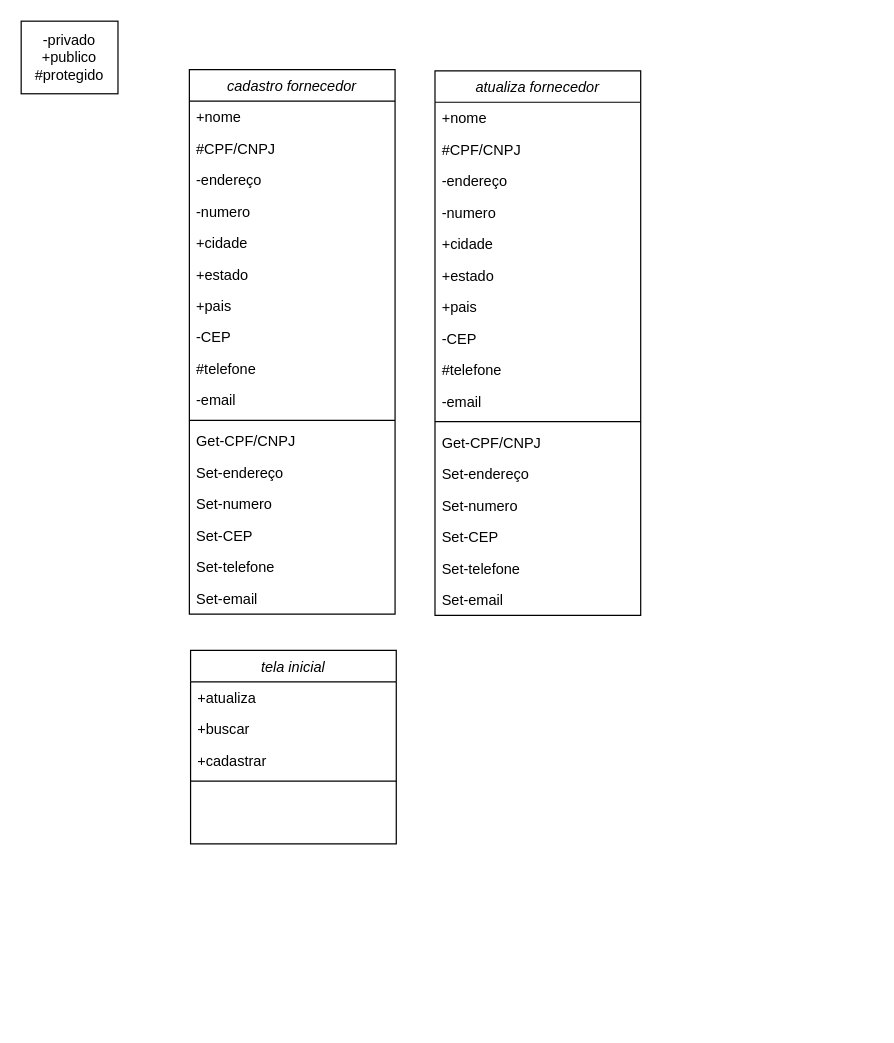
This is doc/classes.drawio from marieduas/fluxograma_, a draw.io file, before an edit. Source tidied: cells renumbered, new cells numbered last; positions are measured from the earlier drawing's top-left corner, leaving out a move shared by most shapes. Both pictures are drawn from the tidied source at 121%, with x=0, y=0 at pixel (21, 21).
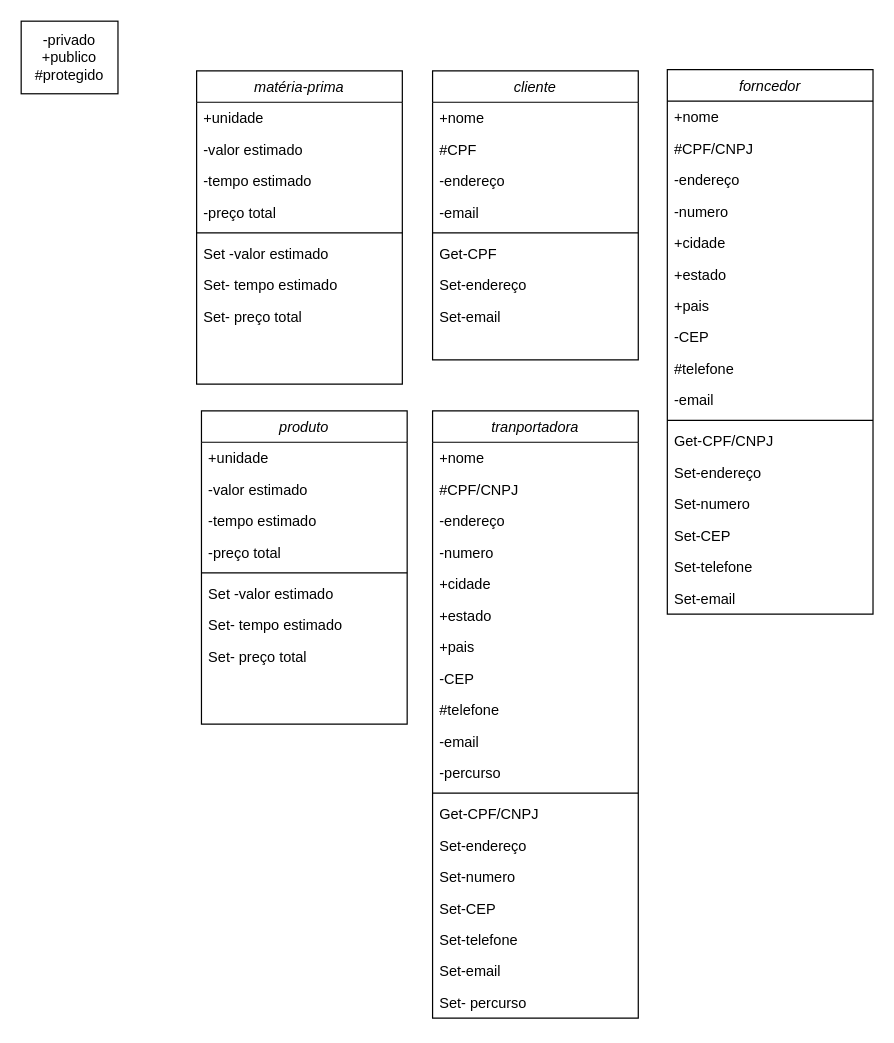
After the change.

The edit, as a diff of the source:
```diff
@@
-    <mxCell id="2" value="cadastro fornecedor" style="swimlane;fontStyle=2;align=center;verticalAlign=top;horizontal=1;startSize=26;rounded=0;shadow=0;strokeWidth=1;" parent="1" vertex="1">
-      <mxGeometry x="139" y="40" width="170" height="450" as="geometry" />
+    <mxCell id="2" value="forncedor" style="swimlane;fontStyle=2;align=center;verticalAlign=top;horizontal=1;startSize=26;rounded=0;shadow=0;strokeWidth=1;" parent="1" vertex="1">
+      <mxGeometry x="534" y="40" width="170" height="450" as="geometry" />
     </mxCell>
@@
-    <mxCell id="21" value="atualiza fornecedor" style="swimlane;fontStyle=2;align=center;verticalAlign=top;horizontal=1;startSize=26;rounded=0;shadow=0;strokeWidth=1;" parent="1" vertex="1">
-      <mxGeometry x="342" y="41" width="170" height="450" as="geometry" />
-    </mxCell>
-    <mxCell id="22" value="+nome" style="text;align=left;verticalAlign=top;spacingLeft=4;spacingRight=4;overflow=hidden;" parent="21" vertex="1">
-      <mxGeometry y="26" width="170" height="26" as="geometry" />
-    </mxCell>
+    <mxCell id="44" value="cliente" style="swimlane;fontStyle=2;align=center;verticalAlign=top;horizontal=1;startSize=26;rounded=0;shadow=0;strokeWidth=1;" parent="1" vertex="1">
+      <mxGeometry x="340" y="41" width="170" height="239" as="geometry" />
+    </mxCell>
+    <mxCell id="45" value="+nome" style="text;align=left;verticalAlign=top;spacingLeft=4;spacingRight=4;overflow=hidden;" parent="44" vertex="1">
+      <mxGeometry y="26" width="170" height="26" as="geometry" />
+    </mxCell>
+    <mxCell id="46" value="#CPF" style="text;align=left;verticalAlign=top;spacingLeft=4;spacingRight=4;overflow=hidden;rounded=0;shadow=0;html=0;" parent="44" vertex="1">
+      <mxGeometry y="52" width="170" height="26" as="geometry" />
+    </mxCell>
+    <mxCell id="47" value="-endereço" style="text;align=left;verticalAlign=top;spacingLeft=4;spacingRight=4;overflow=hidden;rounded=0;shadow=0;html=0;" parent="44" vertex="1">
+      <mxGeometry y="78" width="170" height="26" as="geometry" />
+    </mxCell>
+    <mxCell id="48" value="-email" style="text;align=left;verticalAlign=top;spacingLeft=4;spacingRight=4;overflow=hidden;rounded=0;shadow=0;html=0;" parent="44" vertex="1">
+      <mxGeometry y="104" width="170" height="26" as="geometry" />
+    </mxCell>
+    <mxCell id="49" style="line;html=1;strokeWidth=1;align=left;verticalAlign=middle;spacingTop=-1;spacingLeft=3;spacingRight=3;labelPosition=right;" parent="44" vertex="1">
+      <mxGeometry y="130" width="170" height="8" as="geometry" />
+    </mxCell>
+    <mxCell id="50" value="Get-CPF&#10;" style="text;align=left;verticalAlign=top;spacingLeft=4;spacingRight=4;overflow=hidden;" parent="44" vertex="1">
+      <mxGeometry y="138" width="170" height="26" as="geometry" />
+    </mxCell>
+    <mxCell id="51" value="Set-endereço" style="text;align=left;verticalAlign=top;spacingLeft=4;spacingRight=4;overflow=hidden;" parent="44" vertex="1">
+      <mxGeometry y="164" width="170" height="26" as="geometry" />
+    </mxCell>
+    <mxCell id="52" value="Set-email" style="text;align=left;verticalAlign=top;spacingLeft=4;spacingRight=4;overflow=hidden;" parent="44" vertex="1">
+      <mxGeometry y="190" width="170" height="26" as="geometry" />
+    </mxCell>
+    <mxCell id="53" value="matéria-prima" style="swimlane;fontStyle=2;align=center;verticalAlign=top;horizontal=1;startSize=26;rounded=0;shadow=0;strokeWidth=1;" parent="1" vertex="1">
+      <mxGeometry x="145" y="41" width="170" height="259" as="geometry" />
+    </mxCell>
+    <mxCell id="54" value="+unidade" style="text;align=left;verticalAlign=top;spacingLeft=4;spacingRight=4;overflow=hidden;" parent="53" vertex="1">
+      <mxGeometry y="26" width="170" height="26" as="geometry" />
+    </mxCell>
+    <mxCell id="55" value="-valor estimado" style="text;align=left;verticalAlign=top;spacingLeft=4;spacingRight=4;overflow=hidden;" parent="53" vertex="1">
+      <mxGeometry y="52" width="170" height="26" as="geometry" />
+    </mxCell>
+    <mxCell id="56" value="-tempo estimado" style="text;align=left;verticalAlign=top;spacingLeft=4;spacingRight=4;overflow=hidden;" parent="53" vertex="1">
+      <mxGeometry y="78" width="170" height="26" as="geometry" />
+    </mxCell>
+    <mxCell id="57" value="-preço total" style="text;align=left;verticalAlign=top;spacingLeft=4;spacingRight=4;overflow=hidden;" parent="53" vertex="1">
+      <mxGeometry y="104" width="170" height="26" as="geometry" />
+    </mxCell>
+    <mxCell id="58" style="line;html=1;strokeWidth=1;align=left;verticalAlign=middle;spacingTop=-1;spacingLeft=3;spacingRight=3;labelPosition=right;" parent="53" vertex="1">
+      <mxGeometry y="130" width="170" height="8" as="geometry" />
+    </mxCell>
+    <mxCell id="59" value="Set -valor estimado" style="text;align=left;verticalAlign=top;spacingLeft=4;spacingRight=4;overflow=hidden;" parent="53" vertex="1">
+      <mxGeometry y="138" width="170" height="26" as="geometry" />
+    </mxCell>
+    <mxCell id="60" value="Set- tempo estimado" style="text;align=left;verticalAlign=top;spacingLeft=4;spacingRight=4;overflow=hidden;" parent="53" vertex="1">
+      <mxGeometry y="164" width="170" height="26" as="geometry" />
+    </mxCell>
+    <mxCell id="61" value="Set- preço total" style="text;align=left;verticalAlign=top;spacingLeft=4;spacingRight=4;overflow=hidden;" parent="53" vertex="1">
+      <mxGeometry y="190" width="170" height="26" as="geometry" />
+    </mxCell>
+    <mxCell id="62" value="produto" style="swimlane;fontStyle=2;align=center;verticalAlign=top;horizontal=1;startSize=26;rounded=0;shadow=0;strokeWidth=1;" parent="1" vertex="1">
+      <mxGeometry x="149" y="322" width="170" height="259" as="geometry" />
+    </mxCell>
+    <mxCell id="63" value="+unidade" style="text;align=left;verticalAlign=top;spacingLeft=4;spacingRight=4;overflow=hidden;" parent="62" vertex="1">
+      <mxGeometry y="26" width="170" height="26" as="geometry" />
+    </mxCell>
+    <mxCell id="64" value="-valor estimado" style="text;align=left;verticalAlign=top;spacingLeft=4;spacingRight=4;overflow=hidden;" parent="62" vertex="1">
+      <mxGeometry y="52" width="170" height="26" as="geometry" />
+    </mxCell>
+    <mxCell id="65" value="-tempo estimado" style="text;align=left;verticalAlign=top;spacingLeft=4;spacingRight=4;overflow=hidden;" parent="62" vertex="1">
+      <mxGeometry y="78" width="170" height="26" as="geometry" />
+    </mxCell>
+    <mxCell id="66" value="-preço total" style="text;align=left;verticalAlign=top;spacingLeft=4;spacingRight=4;overflow=hidden;" parent="62" vertex="1">
+      <mxGeometry y="104" width="170" height="26" as="geometry" />
+    </mxCell>
+    <mxCell id="67" style="line;html=1;strokeWidth=1;align=left;verticalAlign=middle;spacingTop=-1;spacingLeft=3;spacingRight=3;labelPosition=right;" parent="62" vertex="1">
+      <mxGeometry y="130" width="170" height="8" as="geometry" />
+    </mxCell>
+    <mxCell id="68" value="Set -valor estimado" style="text;align=left;verticalAlign=top;spacingLeft=4;spacingRight=4;overflow=hidden;" parent="62" vertex="1">
+      <mxGeometry y="138" width="170" height="26" as="geometry" />
+    </mxCell>
+    <mxCell id="69" value="Set- tempo estimado" style="text;align=left;verticalAlign=top;spacingLeft=4;spacingRight=4;overflow=hidden;" parent="62" vertex="1">
+      <mxGeometry y="164" width="170" height="26" as="geometry" />
+    </mxCell>
+    <mxCell id="70" value="Set- preço total" style="text;align=left;verticalAlign=top;spacingLeft=4;spacingRight=4;overflow=hidden;" parent="62" vertex="1">
+      <mxGeometry y="190" width="170" height="26" as="geometry" />
+    </mxCell>
+    <mxCell id="71" value="tranportadora" style="swimlane;fontStyle=2;align=center;verticalAlign=top;horizontal=1;startSize=26;rounded=0;shadow=0;strokeWidth=1;" parent="1" vertex="1">
+      <mxGeometry x="340" y="322" width="170" height="502" as="geometry" />
+    </mxCell>
+    <mxCell id="72" value="+nome" style="text;align=left;verticalAlign=top;spacingLeft=4;spacingRight=4;overflow=hidden;" parent="71" vertex="1">
+      <mxGeometry y="26" width="170" height="26" as="geometry" />
+    </mxCell>
-    <mxCell id="23" value="#CPF/CNPJ" style="text;align=left;verticalAlign=top;spacingLeft=4;spacingRight=4;overflow=hidden;rounded=0;shadow=0;html=0;" parent="21" vertex="1">
+    <mxCell id="23" value="#CPF/CNPJ" style="text;align=left;verticalAlign=top;spacingLeft=4;spacingRight=4;overflow=hidden;rounded=0;shadow=0;html=0;" parent="71" vertex="1">
       <mxGeometry y="52" width="170" height="26" as="geometry" />
     </mxCell>
-    <mxCell id="24" value="-endereço" style="text;align=left;verticalAlign=top;spacingLeft=4;spacingRight=4;overflow=hidden;rounded=0;shadow=0;html=0;" parent="21" vertex="1">
-      <mxGeometry y="78" width="170" height="26" as="geometry" />
-    </mxCell>
+    <mxCell id="73" value="-endereço" style="text;align=left;verticalAlign=top;spacingLeft=4;spacingRight=4;overflow=hidden;rounded=0;shadow=0;html=0;" parent="71" vertex="1">
+      <mxGeometry y="78" width="170" height="26" as="geometry" />
+    </mxCell>
-    <mxCell id="25" value="-numero" style="text;align=left;verticalAlign=top;spacingLeft=4;spacingRight=4;overflow=hidden;rounded=0;shadow=0;html=0;" parent="21" vertex="1">
+    <mxCell id="25" value="-numero" style="text;align=left;verticalAlign=top;spacingLeft=4;spacingRight=4;overflow=hidden;rounded=0;shadow=0;html=0;" parent="71" vertex="1">
       <mxGeometry y="104" width="170" height="26" as="geometry" />
     </mxCell>
-    <mxCell id="26" value="+cidade" style="text;align=left;verticalAlign=top;spacingLeft=4;spacingRight=4;overflow=hidden;rounded=0;shadow=0;html=0;" parent="21" vertex="1">
+    <mxCell id="26" value="+cidade" style="text;align=left;verticalAlign=top;spacingLeft=4;spacingRight=4;overflow=hidden;rounded=0;shadow=0;html=0;" parent="71" vertex="1">
       <mxGeometry y="130" width="170" height="26" as="geometry" />
     </mxCell>
-    <mxCell id="27" value="+estado" style="text;align=left;verticalAlign=top;spacingLeft=4;spacingRight=4;overflow=hidden;rounded=0;shadow=0;html=0;" parent="21" vertex="1">
+    <mxCell id="27" value="+estado" style="text;align=left;verticalAlign=top;spacingLeft=4;spacingRight=4;overflow=hidden;rounded=0;shadow=0;html=0;" parent="71" vertex="1">
       <mxGeometry y="156" width="170" height="26" as="geometry" />
     </mxCell>
-    <mxCell id="28" value="+pais" style="text;align=left;verticalAlign=top;spacingLeft=4;spacingRight=4;overflow=hidden;rounded=0;shadow=0;html=0;" parent="21" vertex="1">
+    <mxCell id="28" value="+pais" style="text;align=left;verticalAlign=top;spacingLeft=4;spacingRight=4;overflow=hidden;rounded=0;shadow=0;html=0;" parent="71" vertex="1">
       <mxGeometry y="182" width="170" height="26" as="geometry" />
     </mxCell>
-    <mxCell id="29" value="-CEP" style="text;align=left;verticalAlign=top;spacingLeft=4;spacingRight=4;overflow=hidden;rounded=0;shadow=0;html=0;" parent="21" vertex="1">
+    <mxCell id="29" value="-CEP" style="text;align=left;verticalAlign=top;spacingLeft=4;spacingRight=4;overflow=hidden;rounded=0;shadow=0;html=0;" parent="71" vertex="1">
       <mxGeometry y="208" width="170" height="26" as="geometry" />
     </mxCell>
-    <mxCell id="30" value="#telefone" style="text;align=left;verticalAlign=top;spacingLeft=4;spacingRight=4;overflow=hidden;rounded=0;shadow=0;html=0;" parent="21" vertex="1">
+    <mxCell id="30" value="#telefone" style="text;align=left;verticalAlign=top;spacingLeft=4;spacingRight=4;overflow=hidden;rounded=0;shadow=0;html=0;" parent="71" vertex="1">
       <mxGeometry y="234" width="170" height="26" as="geometry" />
     </mxCell>
-    <mxCell id="31" value="-email" style="text;align=left;verticalAlign=top;spacingLeft=4;spacingRight=4;overflow=hidden;rounded=0;shadow=0;html=0;" parent="21" vertex="1">
+    <mxCell id="31" value="-email" style="text;align=left;verticalAlign=top;spacingLeft=4;spacingRight=4;overflow=hidden;rounded=0;shadow=0;html=0;" parent="71" vertex="1">
       <mxGeometry y="260" width="170" height="26" as="geometry" />
     </mxCell>
-    <mxCell id="32" style="line;html=1;strokeWidth=1;align=left;verticalAlign=middle;spacingTop=-1;spacingLeft=3;spacingRight=3;labelPosition=right;" parent="21" vertex="1">
-      <mxGeometry y="286" width="170" height="8" as="geometry" />
-    </mxCell>
+    <mxCell id="74" value="-percurso" style="text;align=left;verticalAlign=top;spacingLeft=4;spacingRight=4;overflow=hidden;rounded=0;shadow=0;html=0;" parent="71" vertex="1">
+      <mxGeometry y="286" width="170" height="26" as="geometry" />
+    </mxCell>
+    <mxCell id="75" style="line;html=1;strokeWidth=1;align=left;verticalAlign=middle;spacingTop=-1;spacingLeft=3;spacingRight=3;labelPosition=right;" parent="71" vertex="1">
+      <mxGeometry y="312" width="170" height="8" as="geometry" />
+    </mxCell>
-    <mxCell id="33" value="Get-CPF/CNPJ&#10;" style="text;align=left;verticalAlign=top;spacingLeft=4;spacingRight=4;overflow=hidden;" parent="21" vertex="1">
-      <mxGeometry y="294" width="170" height="26" as="geometry" />
+    <mxCell id="33" value="Get-CPF/CNPJ&#10;" style="text;align=left;verticalAlign=top;spacingLeft=4;spacingRight=4;overflow=hidden;" parent="71" vertex="1">
+      <mxGeometry y="320" width="170" height="26" as="geometry" />
     </mxCell>
-    <mxCell id="34" value="Set-endereço" style="text;align=left;verticalAlign=top;spacingLeft=4;spacingRight=4;overflow=hidden;" parent="21" vertex="1">
-      <mxGeometry y="320" width="170" height="26" as="geometry" />
-    </mxCell>
+    <mxCell id="76" value="Set-endereço" style="text;align=left;verticalAlign=top;spacingLeft=4;spacingRight=4;overflow=hidden;" parent="71" vertex="1">
+      <mxGeometry y="346" width="170" height="26" as="geometry" />
+    </mxCell>
-    <mxCell id="35" value="Set-numero" style="text;align=left;verticalAlign=top;spacingLeft=4;spacingRight=4;overflow=hidden;" parent="21" vertex="1">
-      <mxGeometry y="346" width="170" height="26" as="geometry" />
+    <mxCell id="35" value="Set-numero" style="text;align=left;verticalAlign=top;spacingLeft=4;spacingRight=4;overflow=hidden;" parent="71" vertex="1">
+      <mxGeometry y="372" width="170" height="26" as="geometry" />
     </mxCell>
-    <mxCell id="36" value="Set-CEP" style="text;align=left;verticalAlign=top;spacingLeft=4;spacingRight=4;overflow=hidden;" parent="21" vertex="1">
-      <mxGeometry y="372" width="170" height="26" as="geometry" />
+    <mxCell id="36" value="Set-CEP" style="text;align=left;verticalAlign=top;spacingLeft=4;spacingRight=4;overflow=hidden;" parent="71" vertex="1">
+      <mxGeometry y="398" width="170" height="26" as="geometry" />
     </mxCell>
-    <mxCell id="37" value="Set-telefone" style="text;align=left;verticalAlign=top;spacingLeft=4;spacingRight=4;overflow=hidden;" parent="21" vertex="1">
-      <mxGeometry y="398" width="170" height="26" as="geometry" />
+    <mxCell id="37" value="Set-telefone" style="text;align=left;verticalAlign=top;spacingLeft=4;spacingRight=4;overflow=hidden;" parent="71" vertex="1">
+      <mxGeometry y="424" width="170" height="26" as="geometry" />
     </mxCell>
-    <mxCell id="38" value="Set-email" style="text;align=left;verticalAlign=top;spacingLeft=4;spacingRight=4;overflow=hidden;" parent="21" vertex="1">
-      <mxGeometry y="424" width="170" height="26" as="geometry" />
-    </mxCell>
-    <mxCell id="39" value="tela inicial" style="swimlane;fontStyle=2;align=center;verticalAlign=top;horizontal=1;startSize=26;rounded=0;shadow=0;strokeWidth=1;" parent="1" vertex="1">
-      <mxGeometry x="140" y="520" width="170" height="160" as="geometry" />
-    </mxCell>
-    <mxCell id="40" value="+atualiza" style="text;align=left;verticalAlign=top;spacingLeft=4;spacingRight=4;overflow=hidden;" parent="39" vertex="1">
-      <mxGeometry y="26" width="170" height="26" as="geometry" />
-    </mxCell>
-    <mxCell id="41" value="+buscar" style="text;align=left;verticalAlign=top;spacingLeft=4;spacingRight=4;overflow=hidden;rounded=0;shadow=0;html=0;" parent="39" vertex="1">
-      <mxGeometry y="52" width="170" height="26" as="geometry" />
-    </mxCell>
-    <mxCell id="42" value="+cadastrar" style="text;align=left;verticalAlign=top;spacingLeft=4;spacingRight=4;overflow=hidden;rounded=0;shadow=0;html=0;" parent="39" vertex="1">
-      <mxGeometry y="78" width="170" height="26" as="geometry" />
-    </mxCell>
-    <mxCell id="43" style="line;html=1;strokeWidth=1;align=left;verticalAlign=middle;spacingTop=-1;spacingLeft=3;spacingRight=3;labelPosition=right;" parent="39" vertex="1">
-      <mxGeometry y="104" width="170" height="8" as="geometry" />
-    </mxCell>
+    <mxCell id="77" value="Set-email" style="text;align=left;verticalAlign=top;spacingLeft=4;spacingRight=4;overflow=hidden;" parent="71" vertex="1">
+      <mxGeometry y="450" width="170" height="26" as="geometry" />
+    </mxCell>
+    <mxCell id="78" value="Set- percurso" style="text;align=left;verticalAlign=top;spacingLeft=4;spacingRight=4;overflow=hidden;" parent="71" vertex="1">
+      <mxGeometry y="476" width="170" height="26" as="geometry" />
+    </mxCell>
```
